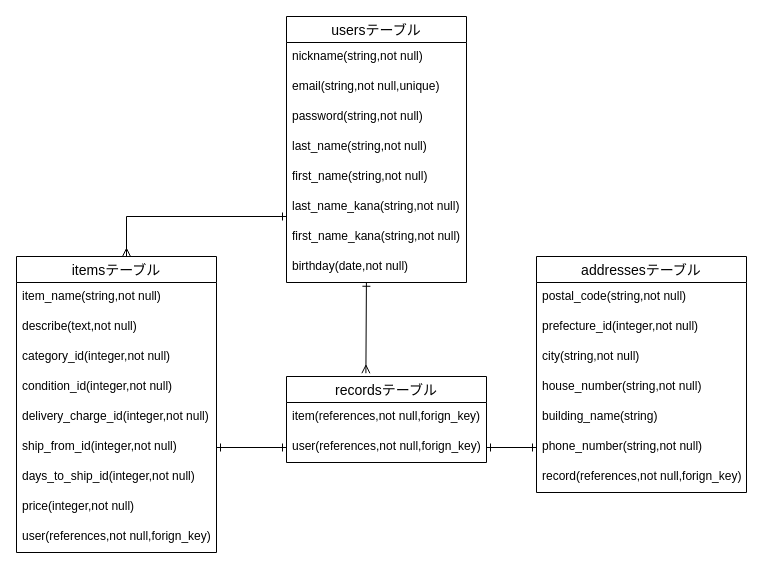
Earlier version of the draw.io diagram furima.dio (hidekazudazoo/furima-38653). Source tidied: cells renumbered, new cells numbered last; positions are measured from the earlier drawing's top-left corner, leaving out a move shared by most shapes. Both pictures are drawn from the tidied source at 100%, with x=0, y=0 at pixel (16, 16).
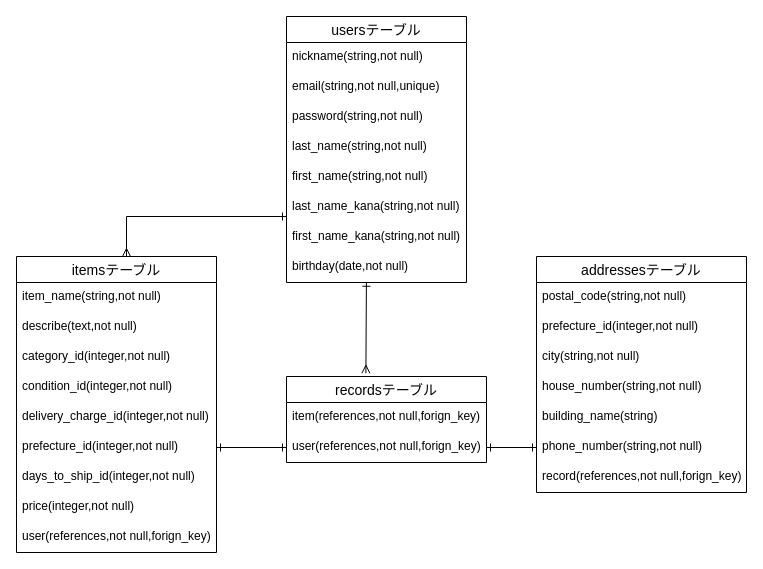
Above is the later version.

Commit message (it also covers changes not shown here):
データベース設計修正2

The change refers to these unchanged cells:
```xml
<mxCell id="11" value="itemsテーブル" style="swimlane;fontStyle=0;horizontal=1;startSize=26;align=center;fontSize=14;" parent="1" vertex="1">
  <mxGeometry y="240" width="200" height="296" as="geometry" />
</mxCell>
```

The edit, as a diff of the source:
```diff
@@
-    <mxCell id="17" value="ship_from_id(integer,not null)" style="text;strokeColor=none;fillColor=none;spacingLeft=4;spacingRight=4;overflow=hidden;points=[[0,0.5],[1,0.5]];portConstraint=eastwest;fontSize=12;" parent="11" vertex="1">
+    <mxCell id="17" value="prefecture_id(integer,not null)" style="text;strokeColor=none;fillColor=none;spacingLeft=4;spacingRight=4;overflow=hidden;points=[[0,0.5],[1,0.5]];portConstraint=eastwest;fontSize=12;" parent="11" vertex="1">
       <mxGeometry y="176" width="200" height="30" as="geometry" />
     </mxCell>
```
